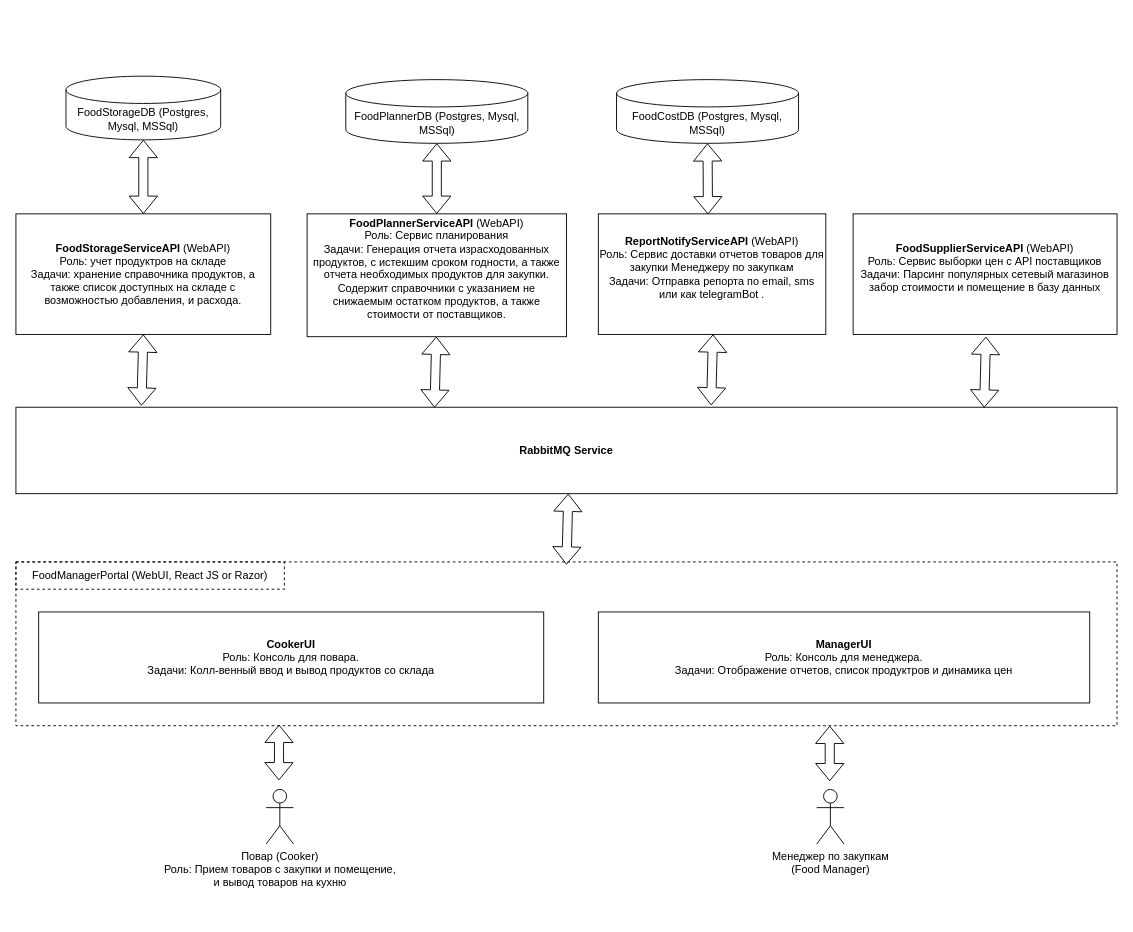
This is docs/food-manager.drawio from otusroom5/food-manager, a draw.io file, before an edit. Source tidied: cells renumbered, new cells numbered last; positions are measured from the earlier drawing's top-left corner, leaving out a move shared by most shapes. Both pictures are drawn from the tidied source at 91%, with x=0, y=0 at pixel (15, 76).
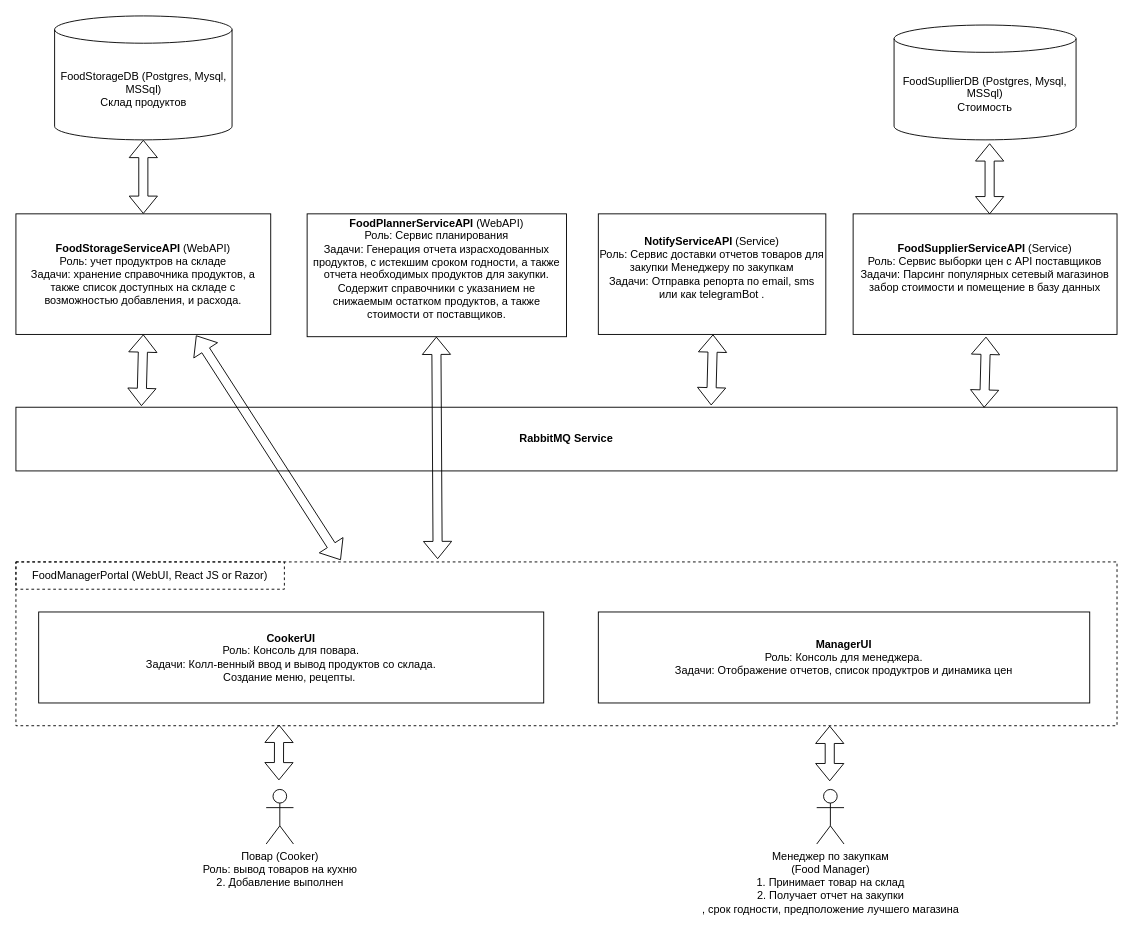
Above is the later version.

Commit message (it also covers changes not shown here):
Updated food-manager picture

The change refers to these unchanged cells:
```xml
<mxCell id="3" value="&lt;b&gt;FoodStorageServiceAPI&amp;nbsp;&lt;/b&gt;(WebAPI)&lt;br&gt;Роль: учет продуктров на складе&lt;br&gt;Задачи: хранение справочника продуктов, а также список доступных на складе с возможностью добавления, и расхода." style="rounded=0;whiteSpace=wrap;html=1;" parent="1" vertex="1">
  <mxGeometry y="151.5" width="280" height="132.5" as="geometry" />
</mxCell>
<mxCell id="4" value="&lt;b&gt;FoodPlannerServiceAPI&lt;/b&gt; (WebAPI)&lt;br&gt;Роль: Сервис планирования&lt;br&gt;Задачи: Генерация отчета израсходованных продуктов, c истекшим сроком годности, а также отчета необходимых продуктов для закупки. Содержит справочники с указанием не снижаемым остатком продуктов, а также стоимости от поставщиков.&lt;br&gt;&amp;nbsp;" style="rounded=0;whiteSpace=wrap;html=1;" parent="1" vertex="1">
  <mxGeometry x="320" y="151.5" width="285" height="135" as="geometry" />
</mxCell>
<mxCell id="11" style="rounded=0;whiteSpace=wrap;html=1;dashed=1;" parent="1" vertex="1">
  <mxGeometry y="534" width="1210" height="180" as="geometry" />
</mxCell>
```

Change to the diagram source:
```diff
@@
-    <mxCell id="2" value="FoodStorageDB (Postgres, Mysql, MSSql)" style="shape=cylinder3;whiteSpace=wrap;html=1;boundedLbl=1;backgroundOutline=1;size=15;" parent="1" vertex="1">
-      <mxGeometry x="55" y="0.2" width="170" height="70" as="geometry" />
+    <mxCell id="2" value="FoodStorageDB (Postgres, Mysql, MSSql)&lt;br&gt;Склад продуктов" style="shape=cylinder3;whiteSpace=wrap;html=1;boundedLbl=1;backgroundOutline=1;size=15;" parent="1" vertex="1">
+      <mxGeometry x="42.5" y="-66" width="195" height="136.2" as="geometry" />
     </mxCell>
@@
-    <mxCell id="5" value="Повар (Cooker)&lt;br&gt;Роль: Прием товаров с закупки и помещение, &lt;br&gt;и вывод товаров на кухню" style="shape=umlActor;verticalLabelPosition=bottom;verticalAlign=top;html=1;" parent="1" vertex="1">
+    <mxCell id="5" value="Повар (Cooker)&lt;br&gt;Роль: вывод товаров на кухню&lt;br&gt;2. Добавление выполнен" style="shape=umlActor;verticalLabelPosition=bottom;verticalAlign=top;html=1;" parent="1" vertex="1">
       <mxGeometry x="275" y="784" width="30" height="60" as="geometry" />
     </mxCell>
-    <mxCell id="6" value="Менеджер по закупкам&lt;br&gt;(Food Manager)" style="shape=umlActor;verticalLabelPosition=bottom;verticalAlign=top;html=1;" parent="1" vertex="1">
+    <mxCell id="6" value="Менеджер по закупкам&lt;br&gt;(Food Manager)&lt;br&gt;1. Принимает товар на склад&lt;br&gt;2. Получает отчет на закупки&lt;br&gt;, срок годности, предположение лучшего магазина" style="shape=umlActor;verticalLabelPosition=bottom;verticalAlign=top;html=1;" parent="1" vertex="1">
       <mxGeometry x="880" y="784" width="30" height="60" as="geometry" />
     </mxCell>
-    <mxCell id="7" value="&lt;b&gt;ReportNotifyServiceAPI&lt;/b&gt;&amp;nbsp;(WebAPI)&lt;br&gt;Роль: Сервис доставки отчетов товаров для закупки Менеджеру по закупкам&lt;br&gt;Задачи: Отправка репорта по email, sms или как telegramBot .&lt;br&gt;&amp;nbsp;" style="rounded=0;whiteSpace=wrap;html=1;" parent="1" vertex="1">
+    <mxCell id="7" value="&lt;b&gt;NotifyServiceAPI&lt;/b&gt;&amp;nbsp;(Service)&lt;br&gt;Роль: Сервис доставки отчетов товаров для закупки Менеджеру по закупкам&lt;br&gt;Задачи: Отправка репорта по email, sms или как telegramBot .&lt;br&gt;&amp;nbsp;" style="rounded=0;whiteSpace=wrap;html=1;" parent="1" vertex="1">
       <mxGeometry x="640" y="151.5" width="250" height="132.5" as="geometry" />
     </mxCell>
@@
-    <mxCell id="9" value="FoodPlannerDB (Postgres, Mysql, MSSql)" style="shape=cylinder3;whiteSpace=wrap;html=1;boundedLbl=1;backgroundOutline=1;size=15;" parent="1" vertex="1">
-      <mxGeometry x="362.5" y="4" width="200" height="70" as="geometry" />
-    </mxCell>
-    <mxCell id="10" style="shape=flexArrow;endArrow=classic;startArrow=classic;html=1;rounded=0;entryX=0.5;entryY=1;entryDx=0;entryDy=0;entryPerimeter=0;" parent="1" edge="1" source="4" target="9">
-      <mxGeometry relative="1" as="geometry" />
-    </mxCell>
@@
-    <mxCell id="12" value="&lt;b&gt;CookerUI&lt;/b&gt;&lt;br&gt;Роль: Консоль для повара.&lt;br&gt;Задачи: Колл-венный ввод и вывод продуктов со склада" style="rounded=0;whiteSpace=wrap;html=1;" parent="1" vertex="1">
+    <mxCell id="12" value="&lt;b&gt;CookerUI&lt;/b&gt;&lt;br&gt;Роль: Консоль для повара.&lt;br&gt;Задачи: Колл-венный ввод и вывод продуктов со склада. &lt;br&gt;Создание меню, рецепты.&amp;nbsp;" style="rounded=0;whiteSpace=wrap;html=1;" parent="1" vertex="1">
       <mxGeometry x="25" y="589" width="555" height="100" as="geometry" />
     </mxCell>
@@
-    <mxCell id="15" value="&lt;b&gt;FoodSupplierServiceAPI&lt;/b&gt; (WebAPI)&lt;br&gt;Роль: Сервис выборки цен с API поставщиков&lt;br&gt;Задачи: Парсинг популярных сетевый магазинов забор стоимости и помещение в базу данных&lt;br&gt;&amp;nbsp;" style="rounded=0;whiteSpace=wrap;html=1;" parent="1" vertex="1">
+    <mxCell id="15" value="&lt;b&gt;FoodSupplierServiceAPI&lt;/b&gt; (Service)&lt;br&gt;Роль: Сервис выборки цен с API поставщиков&lt;br&gt;Задачи: Парсинг популярных сетевый магазинов забор стоимости и помещение в базу данных&lt;br&gt;&amp;nbsp;" style="rounded=0;whiteSpace=wrap;html=1;" parent="1" vertex="1">
       <mxGeometry x="920" y="151.5" width="290" height="132.5" as="geometry" />
     </mxCell>
-    <mxCell id="16" value="FoodCostDB (Postgres, Mysql, MSSql)" style="shape=cylinder3;whiteSpace=wrap;html=1;boundedLbl=1;backgroundOutline=1;size=15;" parent="1" vertex="1">
-      <mxGeometry x="660" y="4" width="200" height="70" as="geometry" />
-    </mxCell>
-    <mxCell id="17" style="shape=flexArrow;endArrow=classic;startArrow=classic;html=1;rounded=0;entryX=0.5;entryY=1;entryDx=0;entryDy=0;entryPerimeter=0;" parent="1" edge="1" target="16">
-      <mxGeometry relative="1" as="geometry">
-        <mxPoint x="760.5" y="152" as="sourcePoint" />
-      </mxGeometry>
-    </mxCell>
     <mxCell id="18" value="&lt;b&gt;RabbitMQ Service&lt;br&gt;&lt;/b&gt;" style="rounded=0;whiteSpace=wrap;html=1;" parent="1" vertex="1">
-      <mxGeometry y="364" width="1210" height="95" as="geometry" />
+      <mxGeometry y="364" width="1210" height="70" as="geometry" />
     </mxCell>
@@
-    <mxCell id="20" style="shape=flexArrow;endArrow=classic;startArrow=classic;html=1;rounded=0;exitX=0.114;exitY=-0.018;exitDx=0;exitDy=0;exitPerimeter=0;" parent="1" edge="1">
+    <mxCell id="20" style="shape=flexArrow;endArrow=classic;startArrow=classic;html=1;rounded=0;exitX=0.383;exitY=-0.017;exitDx=0;exitDy=0;exitPerimeter=0;" parent="1" edge="1" source="11">
       <mxGeometry relative="1" as="geometry">
-        <mxPoint x="460" y="364.5" as="sourcePoint" />
         <mxPoint x="462" y="286.5" as="targetPoint" />
       </mxGeometry>
     </mxCell>
@@
-    <mxCell id="23" style="shape=flexArrow;endArrow=classic;startArrow=classic;html=1;rounded=0;exitX=0.114;exitY=-0.018;exitDx=0;exitDy=0;exitPerimeter=0;" parent="1" edge="1">
-      <mxGeometry relative="1" as="geometry">
-        <mxPoint x="605" y="537" as="sourcePoint" />
-        <mxPoint x="607" y="459" as="targetPoint" />
-      </mxGeometry>
-    </mxCell>
@@
+    <mxCell id="26" style="shape=flexArrow;endArrow=classic;startArrow=classic;html=1;rounded=0;entryX=0.707;entryY=1.008;entryDx=0;entryDy=0;entryPerimeter=0;exitX=0.295;exitY=-0.011;exitDx=0;exitDy=0;exitPerimeter=0;" parent="1" edge="1" source="11" target="3">
+      <mxGeometry relative="1" as="geometry" />
+    </mxCell>
+    <mxCell id="27" value="FoodSupllierDB (Postgres, Mysql, MSSql)&lt;br&gt;Стоимость" style="shape=cylinder3;whiteSpace=wrap;html=1;boundedLbl=1;backgroundOutline=1;size=15;" parent="1" vertex="1">
+      <mxGeometry x="965" y="-56" width="200" height="126.2" as="geometry" />
+    </mxCell>
+    <mxCell id="28" style="shape=flexArrow;endArrow=classic;startArrow=classic;html=1;rounded=0;entryX=0.5;entryY=1;entryDx=0;entryDy=0;entryPerimeter=0;" parent="1" edge="1">
+      <mxGeometry relative="1" as="geometry">
+        <mxPoint x="1070" y="152" as="sourcePoint" />
+        <mxPoint x="1070" y="74" as="targetPoint" />
+      </mxGeometry>
+    </mxCell>
```
